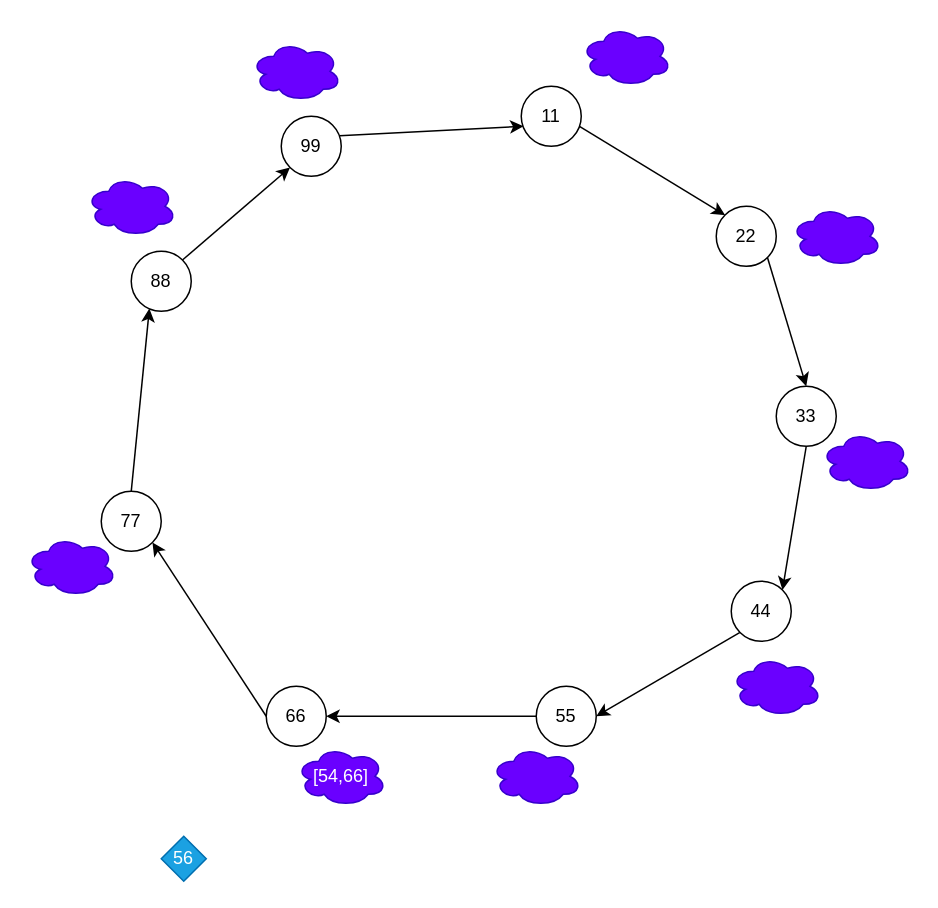
This is draw.drawio from AliochaAMERGE/AR_project_2021, a draw.io file, before an edit. Source tidied: cells renumbered, new cells numbered last; positions are measured from the earlier drawing's top-left corner, leaving out a move shared by most shapes. Both pictures are drawn from the tidied source at 150%, with x=0, y=0 at pixel (26, 26).
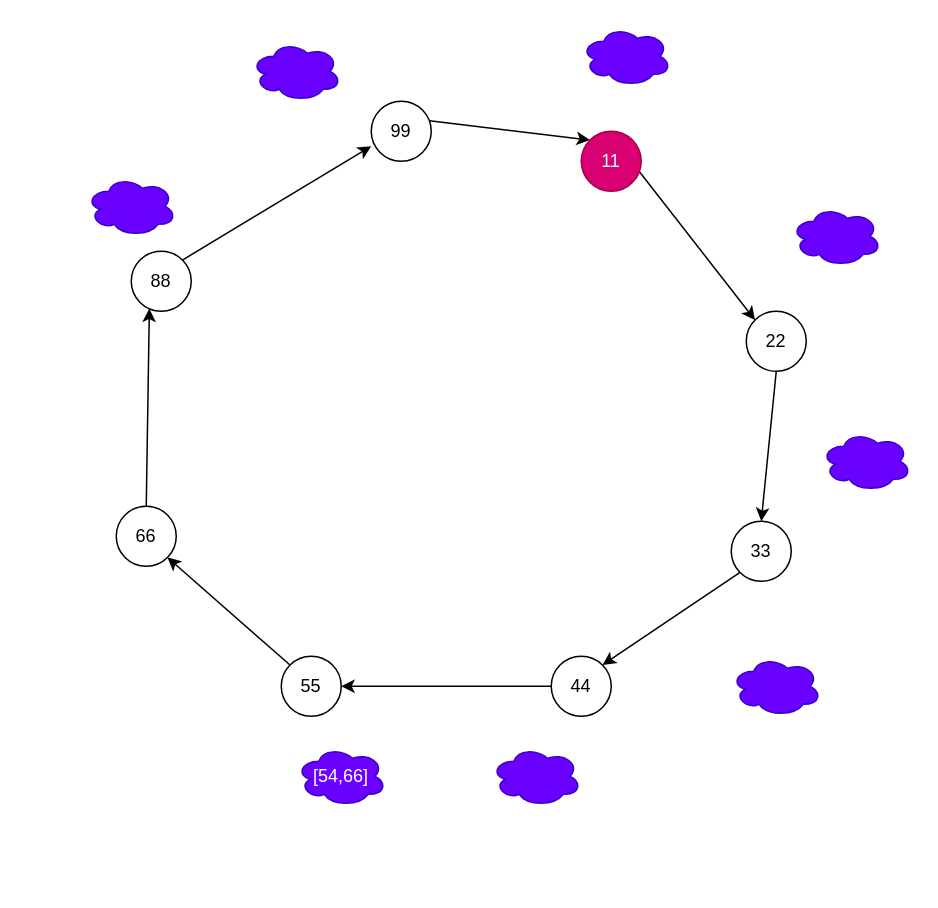
After the change.

Unchanged cells that the change refers to:
```xml
<mxCell id="5" value="88" style="ellipse;whiteSpace=wrap;html=1;" parent="1" vertex="1">
  <mxGeometry x="70" y="150" width="40" height="40" as="geometry" />
</mxCell>
```

What changed in the source:
```diff
@@
-    <mxCell id="2" style="edgeStyle=none;rounded=0;jettySize=auto;html=1;exitX=0.971;exitY=0.326;exitDx=0;exitDy=0;entryX=0.038;entryY=0.666;entryDx=0;entryDy=0;entryPerimeter=0;exitPerimeter=0;" parent="1" edge="1" source="3" target="19">
+    <mxCell id="2" style="edgeStyle=none;rounded=0;jettySize=auto;html=1;exitX=0.971;exitY=0.326;exitDx=0;exitDy=0;entryX=0;entryY=0;entryDx=0;entryDy=0;exitPerimeter=0;" parent="1" edge="1" source="3" target="19">
       <mxGeometry relative="1" as="geometry" />
     </mxCell>
     <mxCell id="3" value="99" style="ellipse;whiteSpace=wrap;html=1;" parent="1" vertex="1">
-      <mxGeometry x="170" y="60" width="40" height="40" as="geometry" />
+      <mxGeometry x="230" y="50" width="40" height="40" as="geometry" />
     </mxCell>
-    <mxCell id="4" style="rounded=0;jettySize=auto;html=1;exitX=1;exitY=0;exitDx=0;exitDy=0;entryX=0;entryY=1;entryDx=0;entryDy=0;" parent="1" edge="1" source="5" target="3">
-      <mxGeometry relative="1" as="geometry" />
+    <mxCell id="4" style="rounded=0;jettySize=auto;html=1;exitX=1;exitY=0;exitDx=0;exitDy=0;" parent="1" edge="1" source="5">
+      <mxGeometry relative="1" as="geometry">
+        <mxPoint x="230" y="80" as="targetPoint" />
+      </mxGeometry>
     </mxCell>
@@
-    <mxCell id="6" style="edgeStyle=none;rounded=0;jettySize=auto;html=1;exitX=0.5;exitY=0;exitDx=0;exitDy=0;entryX=0.302;entryY=0.955;entryDx=0;entryDy=0;entryPerimeter=0;" parent="1" edge="1" source="7" target="5">
+    <mxCell id="6" style="edgeStyle=none;rounded=0;jettySize=auto;html=1;exitX=0.5;exitY=0;exitDx=0;exitDy=0;entryX=0.302;entryY=0.955;entryDx=0;entryDy=0;entryPerimeter=0;" parent="1" edge="1" source="9" target="5">
       <mxGeometry relative="1" as="geometry" />
     </mxCell>
-    <mxCell id="7" value="77" style="ellipse;whiteSpace=wrap;html=1;" parent="1" vertex="1">
-      <mxGeometry x="50" y="310" width="40" height="40" as="geometry" />
-    </mxCell>
-    <mxCell id="8" style="edgeStyle=none;rounded=0;jettySize=auto;html=1;exitX=0;exitY=0.5;exitDx=0;exitDy=0;entryX=1;entryY=1;entryDx=0;entryDy=0;" parent="1" edge="1" source="9" target="7">
-      <mxGeometry relative="1" as="geometry" />
-    </mxCell>
     <mxCell id="9" value="66" style="ellipse;whiteSpace=wrap;html=1;" parent="1" vertex="1">
-      <mxGeometry x="160" y="440" width="40" height="40" as="geometry" />
+      <mxGeometry x="60" y="320" width="40" height="40" as="geometry" />
     </mxCell>
-    <mxCell id="10" style="edgeStyle=none;rounded=0;jettySize=auto;html=1;exitX=0;exitY=0.5;exitDx=0;exitDy=0;entryX=1;entryY=0.5;entryDx=0;entryDy=0;" parent="1" edge="1" source="11" target="9">
+    <mxCell id="10" style="edgeStyle=none;rounded=0;jettySize=auto;html=1;exitX=0;exitY=0;exitDx=0;exitDy=0;entryX=1;entryY=1;entryDx=0;entryDy=0;" parent="1" edge="1" source="11" target="9">
       <mxGeometry relative="1" as="geometry" />
     </mxCell>
     <mxCell id="11" value="55" style="ellipse;whiteSpace=wrap;html=1;" parent="1" vertex="1">
-      <mxGeometry x="340" y="440" width="40" height="40" as="geometry" />
+      <mxGeometry x="170" y="420" width="40" height="40" as="geometry" />
     </mxCell>
-    <mxCell id="12" style="edgeStyle=none;rounded=0;jettySize=auto;html=1;exitX=0;exitY=1;exitDx=0;exitDy=0;entryX=1;entryY=0.5;entryDx=0;entryDy=0;" parent="1" edge="1" source="13" target="11">
+    <mxCell id="12" style="edgeStyle=none;rounded=0;jettySize=auto;html=1;exitX=0;exitY=0.5;exitDx=0;exitDy=0;entryX=1;entryY=0.5;entryDx=0;entryDy=0;" parent="1" edge="1" source="13" target="11">
       <mxGeometry relative="1" as="geometry" />
     </mxCell>
     <mxCell id="13" value="44" style="ellipse;whiteSpace=wrap;html=1;" parent="1" vertex="1">
-      <mxGeometry x="470" y="370" width="40" height="40" as="geometry" />
+      <mxGeometry x="350" y="420" width="40" height="40" as="geometry" />
     </mxCell>
-    <mxCell id="14" style="edgeStyle=none;rounded=0;jettySize=auto;html=1;exitX=0.5;exitY=1;exitDx=0;exitDy=0;entryX=1;entryY=0;entryDx=0;entryDy=0;" parent="1" edge="1" source="15" target="13">
+    <mxCell id="14" style="edgeStyle=none;rounded=0;jettySize=auto;html=1;exitX=0;exitY=1;exitDx=0;exitDy=0;entryX=1;entryY=0;entryDx=0;entryDy=0;" parent="1" edge="1" source="15" target="13">
       <mxGeometry relative="1" as="geometry" />
     </mxCell>
     <mxCell id="15" value="33" style="ellipse;whiteSpace=wrap;html=1;" parent="1" vertex="1">
-      <mxGeometry x="500" y="240" width="40" height="40" as="geometry" />
+      <mxGeometry x="470" y="330" width="40" height="40" as="geometry" />
     </mxCell>
-    <mxCell id="16" style="edgeStyle=none;rounded=0;jettySize=auto;html=1;exitX=1;exitY=1;exitDx=0;exitDy=0;entryX=0.5;entryY=0;entryDx=0;entryDy=0;" parent="1" edge="1" source="17" target="15">
+    <mxCell id="16" style="edgeStyle=none;rounded=0;jettySize=auto;html=1;exitX=0.5;exitY=1;exitDx=0;exitDy=0;entryX=0.5;entryY=0;entryDx=0;entryDy=0;" parent="1" edge="1" source="17" target="15">
       <mxGeometry relative="1" as="geometry" />
     </mxCell>
     <mxCell id="17" value="22" style="ellipse;whiteSpace=wrap;html=1;" parent="1" vertex="1">
-      <mxGeometry x="460" y="120" width="40" height="40" as="geometry" />
+      <mxGeometry x="480" y="190" width="40" height="40" as="geometry" />
     </mxCell>
@@
-    <mxCell id="19" value="11" style="ellipse;whiteSpace=wrap;html=1;" parent="1" vertex="1">
-      <mxGeometry x="330" y="40" width="40" height="40" as="geometry" />
+    <mxCell id="19" value="11" style="ellipse;whiteSpace=wrap;html=1;fillColor=#d80073;strokeColor=#A50040;fontColor=#ffffff;" parent="1" vertex="1">
+      <mxGeometry x="370" y="70" width="40" height="40" as="geometry" />
     </mxCell>
@@
-    <mxCell id="28" style="ellipse;shape=cloud;whiteSpace=wrap;html=1;fillColor=#6a00ff;strokeColor=#3700CC;fontColor=#ffffff;" parent="1" vertex="1">
-      <mxGeometry y="340" width="60" height="40" as="geometry" />
-    </mxCell>
-    <mxCell id="29" value="56&lt;br&gt;" style="rhombus;whiteSpace=wrap;html=1;fillColor=#1ba1e2;strokeColor=#006EAF;fontColor=#ffffff;" parent="1" vertex="1">
-      <mxGeometry x="90" y="540" width="30" height="30" as="geometry" />
-    </mxCell>
```
